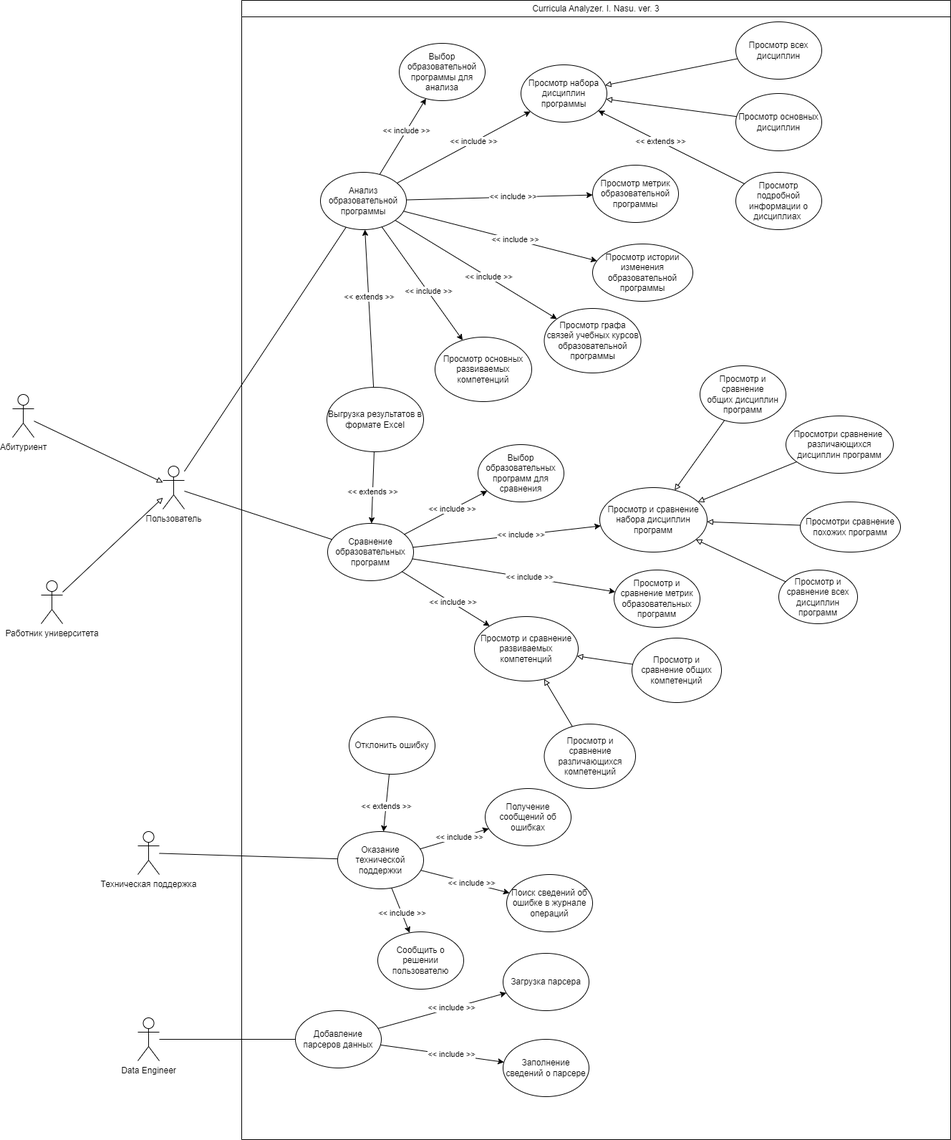
yunas-x/Diploma keeps this draw.io diagram as docs/HW 1/SSAD.drawio.png. Above is the earlier version. Source tidied: cells renumbered, new cells last; positions are measured from the earlier drawing's top-left corner, leaving out a move shared by most shapes.
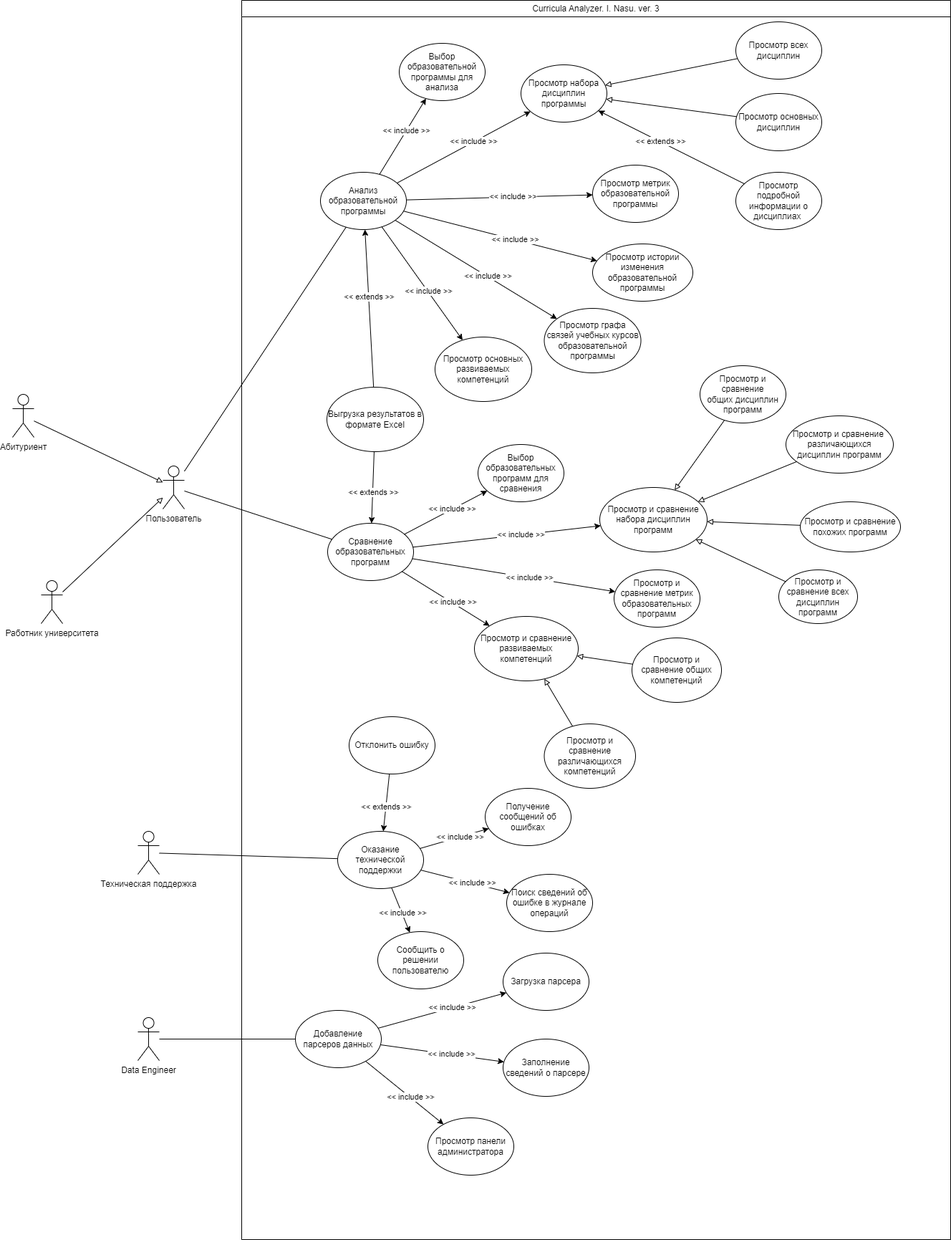
After the change.

What changed in the source:
```diff
@@ -3,7 +3,7 @@
     <mxCell id="0" />
     <mxCell id="1" parent="0" />
     <mxCell id="2" value="Curricula Analyzer. I. Nasu. ver. 3" style="swimlane;whiteSpace=wrap;html=1;fontStyle=0;" parent="1" vertex="1">
-      <mxGeometry x="320" width="990" height="1590" as="geometry" />
+      <mxGeometry x="320" width="990" height="1730" as="geometry" />
     </mxCell>
     <mxCell id="3" style="rounded=0;jettySize=auto;html=1;" parent="2" edge="1" source="5" target="8">
       <mxGeometry relative="1" as="geometry" />
@@ -159,10 +159,10 @@
     <mxCell id="46" value="Просмотр и сравнение&lt;br&gt;общих дисциплин программ" style="ellipse;whiteSpace=wrap;html=1;" parent="2" vertex="1">
       <mxGeometry x="640" y="510" width="120" height="80" as="geometry" />
     </mxCell>
-    <mxCell id="47" value="Просмотри сравнение&amp;nbsp;&lt;br&gt;различающихся дисциплин программ" style="ellipse;whiteSpace=wrap;html=1;" parent="2" vertex="1">
+    <mxCell id="47" value="Просмотр и сравнение&amp;nbsp;&lt;br&gt;различающихся дисциплин программ" style="ellipse;whiteSpace=wrap;html=1;" parent="2" vertex="1">
       <mxGeometry x="760" y="580" width="150" height="80" as="geometry" />
     </mxCell>
-    <mxCell id="48" value="Просмотри сравнение&lt;br&gt;похожих программ" style="ellipse;whiteSpace=wrap;html=1;" parent="2" vertex="1">
+    <mxCell id="48" value="Просмотр и сравнение&lt;br&gt;похожих программ" style="ellipse;whiteSpace=wrap;html=1;" parent="2" vertex="1">
       <mxGeometry x="780" y="700" width="140" height="70" as="geometry" />
     </mxCell>
     <mxCell id="49" value="Просмотр&amp;nbsp;и сравнение всех дисциплин программ" style="ellipse;whiteSpace=wrap;html=1;" parent="2" vertex="1">
@@ -277,6 +277,17 @@
         <mxPoint y="-1" as="offset" />
       </mxGeometry>
     </mxCell>
+    <mxCell id="90" value="Просмотр панели администратора" style="ellipse;whiteSpace=wrap;html=1;" parent="2" vertex="1">
+      <mxGeometry x="260" y="1560" width="120" height="80" as="geometry" />
+    </mxCell>
+    <mxCell id="91" style="rounded=0;jettySize=auto;html=1;" parent="2" edge="1" source="13" target="90">
+      <mxGeometry relative="1" as="geometry" />
+    </mxCell>
+    <mxCell id="92" value="&amp;lt;&amp;lt; include &amp;gt;&amp;gt;" style="edgeLabel;html=1;align=center;verticalAlign=middle;" parent="91" vertex="1">
+      <mxGeometry x="0.15" relative="1" as="geometry">
+        <mxPoint y="-1" as="offset" />
+      </mxGeometry>
+    </mxCell>
     <mxCell id="81" style="rounded=0;jettySize=auto;html=1;endArrow=none;endFill=0;" parent="1" edge="1" source="82" target="5">
       <mxGeometry relative="1" as="geometry" />
     </mxCell>
```
